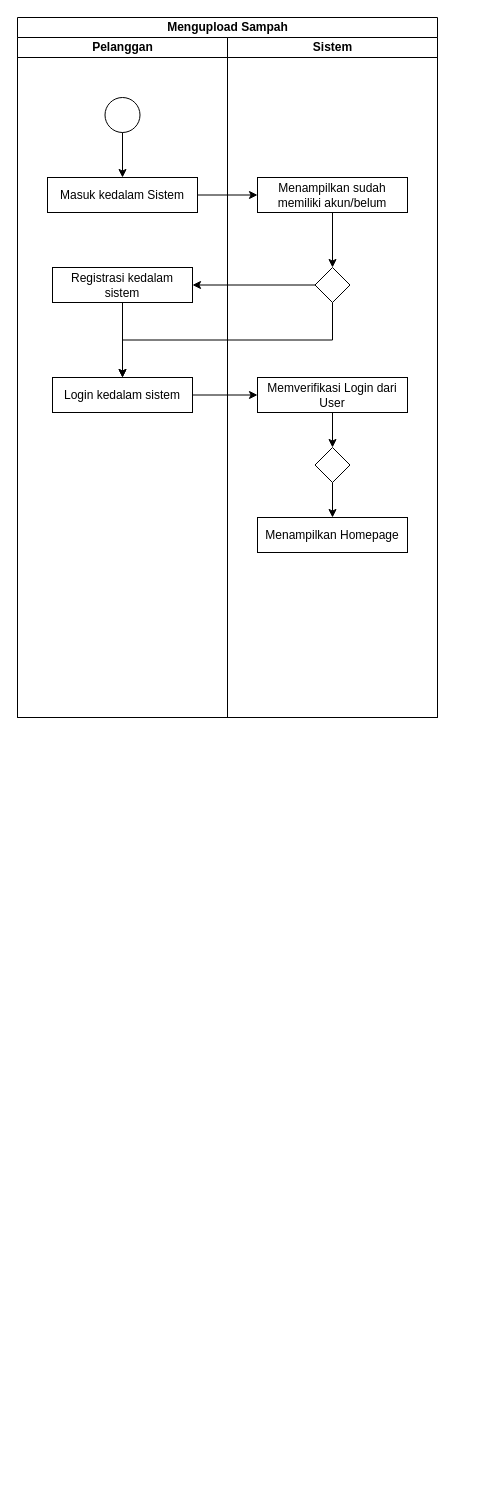
Before: Skripsi - BPMN Upload Sampah.drawio in ndhruine/Diagram, a draw.io diagram. Source tidied: cells renumbered, new cells numbered last; positions are measured from the earlier drawing's top-left corner, leaving out a move shared by most shapes. Both pictures are drawn from the tidied source at 100%, with x=0, y=0 at pixel (17, 17).
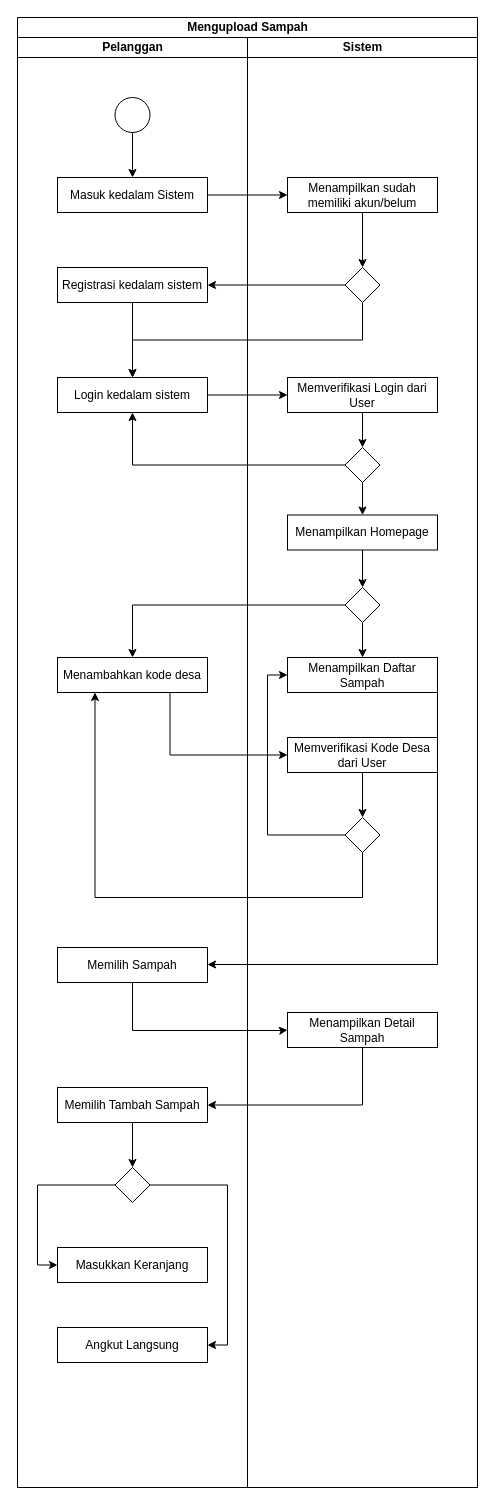
The same page after the edit.

The edit, as a diff of the source:
```diff
@@
     <mxCell id="2" value="Mengupload Sampah" style="swimlane;startSize=20;html=1;" parent="1" vertex="1">
-      <mxGeometry width="420" height="700" as="geometry" />
+      <mxGeometry width="460" height="1470" as="geometry" />
     </mxCell>
     <mxCell id="3" value="Pelanggan" style="swimlane;startSize=20;html=1;" parent="2" vertex="1">
-      <mxGeometry y="20" width="210" height="680" as="geometry" />
+      <mxGeometry y="20" width="230" height="1450" as="geometry" />
     </mxCell>
+    <mxCell id="13" value="Registrasi kedalam sistem" style="whiteSpace=wrap;html=1;" parent="3" vertex="1">
+      <mxGeometry x="40" y="230" width="150" height="35" as="geometry" />
+    </mxCell>
+    <mxCell id="16" value="Login kedalam sistem" style="whiteSpace=wrap;html=1;" parent="3" vertex="1">
+      <mxGeometry x="40" y="340" width="150" height="35" as="geometry" />
+    </mxCell>
+    <mxCell id="14" style="edgeStyle=orthogonalEdgeStyle;rounded=0;jettySize=auto;html=1;entryX=0.5;entryY=0;entryDx=0;entryDy=0;" parent="3" edge="1" source="13" target="16">
+      <mxGeometry relative="1" as="geometry" />
+    </mxCell>
+    <mxCell id="23" value="Menambahkan kode desa" style="whiteSpace=wrap;html=1;" parent="3" vertex="1">
+      <mxGeometry x="40" y="620" width="150" height="35" as="geometry" />
+    </mxCell>
+    <mxCell id="24" value="Memilih Sampah" style="whiteSpace=wrap;html=1;" parent="3" vertex="1">
+      <mxGeometry x="40" y="910" width="150" height="35" as="geometry" />
+    </mxCell>
+    <mxCell id="5" style="ellipse;whiteSpace=wrap;html=1;" parent="3" vertex="1">
+      <mxGeometry x="97.5" y="60" width="35" height="35" as="geometry" />
+    </mxCell>
+    <mxCell id="7" value="Masuk kedalam Sistem" style="whiteSpace=wrap;html=1;" parent="3" vertex="1">
+      <mxGeometry x="40" y="140" width="150" height="35" as="geometry" />
+    </mxCell>
+    <mxCell id="6" style="edgeStyle=orthogonalEdgeStyle;rounded=0;jettySize=auto;html=1;entryX=0.5;entryY=0;entryDx=0;entryDy=0;" parent="3" edge="1" source="5" target="7">
+      <mxGeometry relative="1" as="geometry" />
+    </mxCell>
+    <mxCell id="25" style="edgeStyle=orthogonalEdgeStyle;rounded=0;jettySize=auto;html=1;entryX=0.5;entryY=0;entryDx=0;entryDy=0;" parent="3" edge="1" source="26" target="29">
+      <mxGeometry relative="1" as="geometry" />
+    </mxCell>
+    <mxCell id="26" value="Memilih Tambah Sampah" style="whiteSpace=wrap;html=1;" parent="3" vertex="1">
+      <mxGeometry x="40" y="1050" width="150" height="35" as="geometry" />
+    </mxCell>
+    <mxCell id="27" style="edgeStyle=orthogonalEdgeStyle;rounded=0;jettySize=auto;html=1;entryX=0;entryY=0.5;entryDx=0;entryDy=0;exitX=0;exitY=0.5;exitDx=0;exitDy=0;" parent="3" edge="1" source="29" target="30">
+      <mxGeometry relative="1" as="geometry">
+        <Array as="points">
+          <mxPoint x="20" y="1148" />
+          <mxPoint x="20" y="1228" />
+        </Array>
+      </mxGeometry>
+    </mxCell>
+    <mxCell id="28" style="edgeStyle=orthogonalEdgeStyle;rounded=0;jettySize=auto;html=1;entryX=1;entryY=0.5;entryDx=0;entryDy=0;" parent="3" edge="1" source="29" target="31">
+      <mxGeometry relative="1" as="geometry">
+        <Array as="points">
+          <mxPoint x="210" y="1148" />
+          <mxPoint x="210" y="1308" />
+        </Array>
+      </mxGeometry>
+    </mxCell>
+    <mxCell id="29" style="rhombus;whiteSpace=wrap;html=1;" parent="3" vertex="1">
+      <mxGeometry x="97.5" y="1130" width="35" height="35" as="geometry" />
+    </mxCell>
+    <mxCell id="30" value="Masukkan Keranjang" style="whiteSpace=wrap;html=1;" parent="3" vertex="1">
+      <mxGeometry x="40" y="1210" width="150" height="35" as="geometry" />
+    </mxCell>
+    <mxCell id="31" value="Angkut Langsung" style="whiteSpace=wrap;html=1;" parent="3" vertex="1">
+      <mxGeometry x="40" y="1290" width="150" height="35" as="geometry" />
+    </mxCell>
     <mxCell id="4" value="Sistem" style="swimlane;startSize=20;html=1;" parent="2" vertex="1">
-      <mxGeometry x="210" y="20" width="210" height="680" as="geometry" />
+      <mxGeometry x="230" y="20" width="230" height="1450" as="geometry" />
     </mxCell>
-    <mxCell id="5" style="ellipse;whiteSpace=wrap;html=1;" parent="4" vertex="1">
-      <mxGeometry x="-122.5" y="60" width="35" height="35" as="geometry" />
-    </mxCell>
-    <mxCell id="6" style="edgeStyle=orthogonalEdgeStyle;rounded=0;jettySize=auto;html=1;entryX=0.5;entryY=0;entryDx=0;entryDy=0;" parent="4" edge="1" source="5" target="7">
-      <mxGeometry relative="1" as="geometry" />
-    </mxCell>
-    <mxCell id="7" value="Masuk kedalam Sistem" style="whiteSpace=wrap;html=1;" parent="4" vertex="1">
-      <mxGeometry x="-180" y="140" width="150" height="35" as="geometry" />
-    </mxCell>
-    <mxCell id="8" style="edgeStyle=orthogonalEdgeStyle;rounded=0;jettySize=auto;html=1;" parent="4" edge="1" source="7" target="9">
-      <mxGeometry relative="1" as="geometry" />
-    </mxCell>
     <mxCell id="9" value="Menampilkan sudah memiliki akun/belum" style="whiteSpace=wrap;html=1;" parent="4" vertex="1">
-      <mxGeometry x="30" y="140" width="150" height="35" as="geometry" />
+      <mxGeometry x="40" y="140" width="150" height="35" as="geometry" />
     </mxCell>
@@
     <mxCell id="11" style="rhombus;whiteSpace=wrap;html=1;" parent="4" vertex="1">
-      <mxGeometry x="87.5" y="230" width="35" height="35" as="geometry" />
+      <mxGeometry x="97.5" y="230" width="35" height="35" as="geometry" />
     </mxCell>
-    <mxCell id="12" style="edgeStyle=orthogonalEdgeStyle;rounded=0;jettySize=auto;html=1;entryX=1;entryY=0.5;entryDx=0;entryDy=0;" parent="4" edge="1" source="11" target="13">
-      <mxGeometry relative="1" as="geometry" />
-    </mxCell>
-    <mxCell id="13" value="Registrasi kedalam sistem" style="whiteSpace=wrap;html=1;" parent="4" vertex="1">
-      <mxGeometry x="-175" y="230" width="140" height="35" as="geometry" />
-    </mxCell>
-    <mxCell id="14" style="edgeStyle=orthogonalEdgeStyle;rounded=0;jettySize=auto;html=1;entryX=0.5;entryY=0;entryDx=0;entryDy=0;" parent="4" edge="1" source="13" target="16">
-      <mxGeometry relative="1" as="geometry" />
-    </mxCell>
-    <mxCell id="15" style="edgeStyle=orthogonalEdgeStyle;rounded=0;jettySize=auto;html=1;exitX=0.5;exitY=1;exitDx=0;exitDy=0;entryX=0.5;entryY=0;entryDx=0;entryDy=0;" parent="4" edge="1" source="11" target="16">
-      <mxGeometry relative="1" as="geometry" />
-    </mxCell>
-    <mxCell id="16" value="Login kedalam sistem" style="whiteSpace=wrap;html=1;" parent="4" vertex="1">
-      <mxGeometry x="-175" y="340" width="140" height="35" as="geometry" />
-    </mxCell>
-    <mxCell id="17" style="edgeStyle=orthogonalEdgeStyle;rounded=0;jettySize=auto;html=1;" parent="4" edge="1" source="16" target="18">
-      <mxGeometry relative="1" as="geometry" />
-    </mxCell>
     <mxCell id="18" value="Memverifikasi Login dari User" style="whiteSpace=wrap;html=1;" parent="4" vertex="1">
-      <mxGeometry x="30" y="340" width="150" height="35" as="geometry" />
+      <mxGeometry x="40" y="340" width="150" height="35" as="geometry" />
     </mxCell>
@@
     <mxCell id="20" style="rhombus;whiteSpace=wrap;html=1;" parent="4" vertex="1">
-      <mxGeometry x="87.5" y="410" width="35" height="35" as="geometry" />
+      <mxGeometry x="97.5" y="410" width="35" height="35" as="geometry" />
     </mxCell>
@@
+    <mxCell id="32" style="edgeStyle=orthogonalEdgeStyle;rounded=0;jettySize=auto;html=1;exitX=0.5;exitY=1;exitDx=0;exitDy=0;entryX=0.5;entryY=0;entryDx=0;entryDy=0;" parent="4" edge="1" source="22" target="34">
+      <mxGeometry relative="1" as="geometry" />
+    </mxCell>
     <mxCell id="22" value="Menampilkan Homepage" style="whiteSpace=wrap;html=1;" parent="4" vertex="1">
-      <mxGeometry x="30" y="480" width="150" height="35" as="geometry" />
+      <mxGeometry x="40" y="477.5" width="150" height="35" as="geometry" />
     </mxCell>
+    <mxCell id="33" style="edgeStyle=orthogonalEdgeStyle;rounded=0;jettySize=auto;html=1;entryX=0.5;entryY=0;entryDx=0;entryDy=0;" parent="4" edge="1" source="34" target="35">
+      <mxGeometry relative="1" as="geometry" />
+    </mxCell>
+    <mxCell id="34" style="rhombus;whiteSpace=wrap;html=1;" parent="4" vertex="1">
+      <mxGeometry x="97.5" y="550" width="35" height="35" as="geometry" />
+    </mxCell>
+    <mxCell id="35" value="Menampilkan Daftar Sampah" style="whiteSpace=wrap;html=1;" parent="4" vertex="1">
+      <mxGeometry x="40" y="620" width="150" height="35" as="geometry" />
+    </mxCell>
+    <mxCell id="36" style="edgeStyle=orthogonalEdgeStyle;rounded=0;jettySize=auto;html=1;" parent="4" edge="1" source="37" target="39">
+      <mxGeometry relative="1" as="geometry" />
+    </mxCell>
+    <mxCell id="37" value="Memverifikasi Kode Desa dari User" style="whiteSpace=wrap;html=1;" parent="4" vertex="1">
+      <mxGeometry x="40" y="700" width="150" height="35" as="geometry" />
+    </mxCell>
+    <mxCell id="38" style="edgeStyle=orthogonalEdgeStyle;rounded=0;jettySize=auto;html=1;exitX=0;exitY=0.5;exitDx=0;exitDy=0;entryX=0;entryY=0.5;entryDx=0;entryDy=0;" parent="4" edge="1" source="39" target="35">
+      <mxGeometry relative="1" as="geometry">
+        <Array as="points">
+          <mxPoint x="20" y="797" />
+          <mxPoint x="20" y="637" />
+        </Array>
+      </mxGeometry>
+    </mxCell>
+    <mxCell id="39" style="rhombus;whiteSpace=wrap;html=1;" parent="4" vertex="1">
+      <mxGeometry x="97.5" y="780" width="35" height="35" as="geometry" />
+    </mxCell>
+    <mxCell id="40" value="Menampilkan Detail Sampah" style="whiteSpace=wrap;html=1;" parent="4" vertex="1">
+      <mxGeometry x="40" y="975" width="150" height="35" as="geometry" />
+    </mxCell>
+    <mxCell id="12" style="edgeStyle=orthogonalEdgeStyle;rounded=0;jettySize=auto;html=1;entryX=1;entryY=0.5;entryDx=0;entryDy=0;" parent="2" edge="1" source="11" target="13">
+      <mxGeometry relative="1" as="geometry" />
+    </mxCell>
+    <mxCell id="15" style="edgeStyle=orthogonalEdgeStyle;rounded=0;jettySize=auto;html=1;exitX=0.5;exitY=1;exitDx=0;exitDy=0;entryX=0.5;entryY=0;entryDx=0;entryDy=0;" parent="2" edge="1" source="11" target="16">
+      <mxGeometry relative="1" as="geometry" />
+    </mxCell>
+    <mxCell id="17" style="edgeStyle=orthogonalEdgeStyle;rounded=0;jettySize=auto;html=1;" parent="2" edge="1" source="16" target="18">
+      <mxGeometry relative="1" as="geometry" />
+    </mxCell>
+    <mxCell id="41" style="edgeStyle=orthogonalEdgeStyle;rounded=0;jettySize=auto;html=1;entryX=0.5;entryY=1;entryDx=0;entryDy=0;" parent="2" edge="1" source="20" target="16">
+      <mxGeometry relative="1" as="geometry" />
+    </mxCell>
+    <mxCell id="42" style="edgeStyle=orthogonalEdgeStyle;rounded=0;jettySize=auto;html=1;" parent="2" edge="1" source="34" target="23">
+      <mxGeometry relative="1" as="geometry" />
+    </mxCell>
+    <mxCell id="43" style="edgeStyle=orthogonalEdgeStyle;rounded=0;jettySize=auto;html=1;entryX=0.25;entryY=1;entryDx=0;entryDy=0;exitX=0.5;exitY=1;exitDx=0;exitDy=0;" parent="2" edge="1" source="39" target="23">
+      <mxGeometry relative="1" as="geometry">
+        <Array as="points">
+          <mxPoint x="345" y="880" />
+          <mxPoint x="77" y="880" />
+        </Array>
+      </mxGeometry>
+    </mxCell>
+    <mxCell id="44" style="edgeStyle=orthogonalEdgeStyle;rounded=0;jettySize=auto;html=1;" parent="2" edge="1" source="35" target="24">
+      <mxGeometry relative="1" as="geometry">
+        <Array as="points">
+          <mxPoint x="420" y="657" />
+          <mxPoint x="420" y="947" />
+        </Array>
+      </mxGeometry>
+    </mxCell>
+    <mxCell id="8" style="edgeStyle=orthogonalEdgeStyle;rounded=0;jettySize=auto;html=1;" parent="2" edge="1" source="7" target="9">
+      <mxGeometry relative="1" as="geometry" />
+    </mxCell>
+    <mxCell id="45" style="edgeStyle=orthogonalEdgeStyle;rounded=0;jettySize=auto;html=1;exitX=0.75;exitY=1;exitDx=0;exitDy=0;entryX=0;entryY=0.5;entryDx=0;entryDy=0;" parent="2" edge="1" source="23" target="37">
+      <mxGeometry relative="1" as="geometry" />
+    </mxCell>
+    <mxCell id="46" style="edgeStyle=orthogonalEdgeStyle;rounded=0;jettySize=auto;html=1;entryX=0;entryY=0.5;entryDx=0;entryDy=0;exitX=0.5;exitY=1;exitDx=0;exitDy=0;" parent="2" edge="1" source="24" target="40">
+      <mxGeometry relative="1" as="geometry">
+        <Array as="points">
+          <mxPoint x="115" y="1013" />
+          <mxPoint x="265" y="1013" />
+        </Array>
+      </mxGeometry>
+    </mxCell>
+    <mxCell id="47" style="edgeStyle=orthogonalEdgeStyle;rounded=0;jettySize=auto;html=1;exitX=0.5;exitY=1;exitDx=0;exitDy=0;entryX=1;entryY=0.5;entryDx=0;entryDy=0;" parent="2" edge="1" source="40" target="26">
+      <mxGeometry relative="1" as="geometry" />
+    </mxCell>
```
